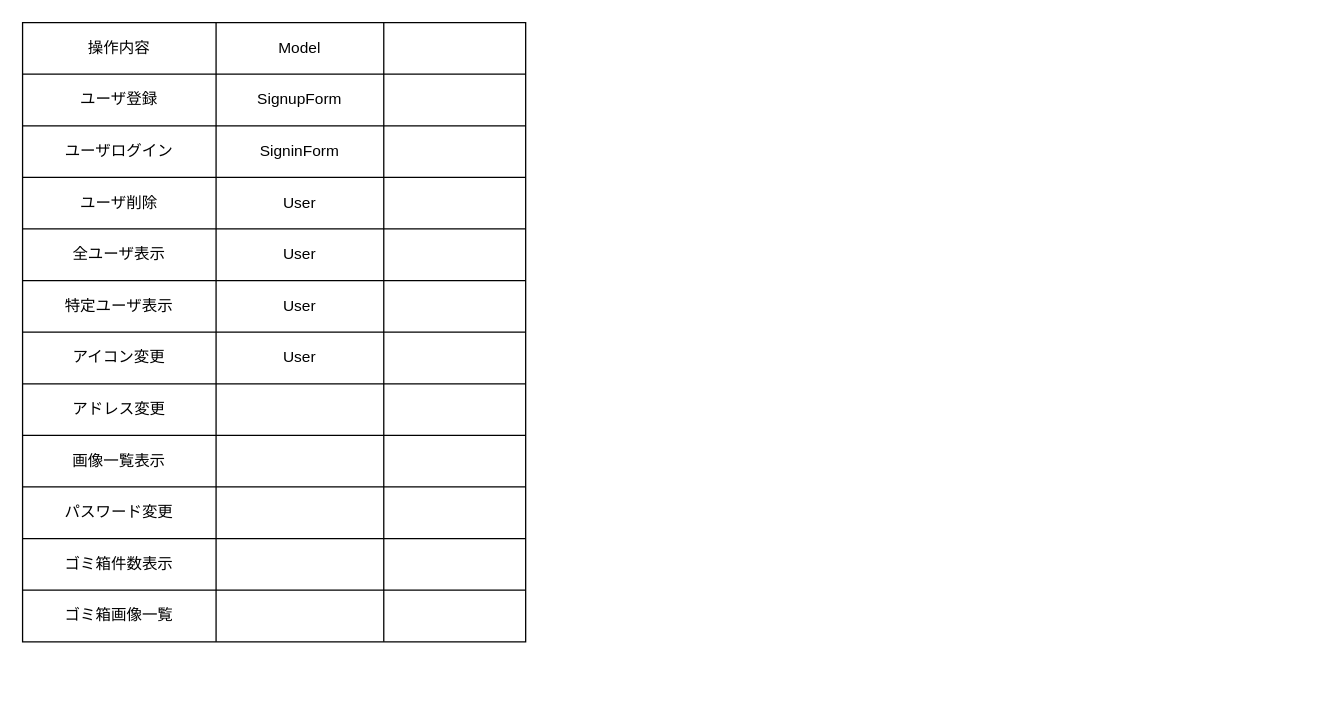
Above: page "Mapper" (2 of 2) of ER.drawio in ODEN-t/imagepot (draw.io), before the change. Source tidied: cells renumbered, new cells numbered last; positions are measured from the earlier drawing's top-left corner, leaving out a move shared by most shapes. Both pictures are drawn from the tidied source at 129%, with x=0, y=0 at pixel (22, 22).
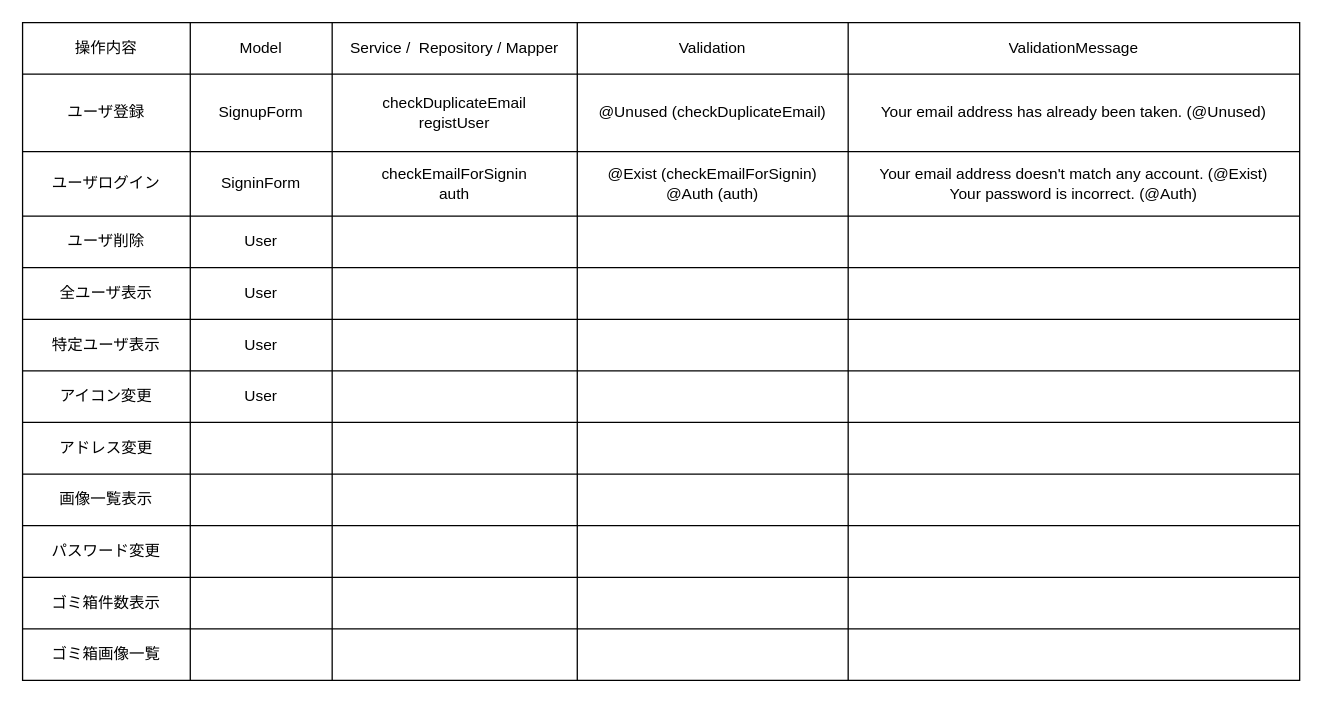
Above is the later version.

The edit, as a diff of the source:
```diff
@@
     <mxCell id="2" style="shape=table;html=1;whiteSpace=wrap;startSize=0;childLayout=tableLayout;" parent="1" vertex="1">
-      <mxGeometry width="390" height="480" as="geometry" />
+      <mxGeometry width="990" height="510" as="geometry" />
     </mxCell>
     <mxCell id="3" style="shape=partialRectangle;html=1;whiteSpace=wrap;fillColor=none;top=0;left=0;bottom=0;right=0;" parent="2" vertex="1">
-      <mxGeometry width="390" height="40" as="geometry" />
+      <mxGeometry width="990" height="40" as="geometry" />
     </mxCell>
     <mxCell id="4" value="操作内容" style="shape=partialRectangle;html=1;whiteSpace=wrap;fillColor=none;top=0;left=0;bottom=0;right=0;overflow=hidden;" parent="3" vertex="1">
-      <mxGeometry width="150" height="40" as="geometry" />
+      <mxGeometry width="130" height="40" as="geometry" />
     </mxCell>
     <mxCell id="5" value="Model" style="shape=partialRectangle;html=1;whiteSpace=wrap;fillColor=none;top=0;left=0;bottom=0;right=0;overflow=hidden;" parent="3" vertex="1">
-      <mxGeometry x="150" width="130" height="40" as="geometry" />
+      <mxGeometry x="130" width="110" height="40" as="geometry" />
     </mxCell>
-    <mxCell id="6" style="shape=partialRectangle;html=1;whiteSpace=wrap;fillColor=none;top=0;left=0;bottom=0;right=0;overflow=hidden;" parent="3" vertex="1">
-      <mxGeometry x="280" width="110" height="40" as="geometry" />
+    <mxCell id="6" value="Service /&amp;nbsp; Repository / Mapper" style="shape=partialRectangle;html=1;whiteSpace=wrap;fillColor=none;top=0;left=0;bottom=0;right=0;overflow=hidden;" parent="3" vertex="1">
+      <mxGeometry x="240" width="190" height="40" as="geometry" />
     </mxCell>
+    <mxCell id="51" value="Validation" style="shape=partialRectangle;html=1;whiteSpace=wrap;fillColor=none;top=0;left=0;bottom=0;right=0;overflow=hidden;" parent="3" vertex="1">
+      <mxGeometry x="430" width="210" height="40" as="geometry" />
+    </mxCell>
+    <mxCell id="52" value="ValidationMessage" style="shape=partialRectangle;html=1;whiteSpace=wrap;fillColor=none;top=0;left=0;bottom=0;right=0;overflow=hidden;" parent="3" vertex="1">
+      <mxGeometry x="640" width="350" height="40" as="geometry" />
+    </mxCell>
     <mxCell id="7" style="shape=partialRectangle;html=1;whiteSpace=wrap;fillColor=none;top=0;left=0;bottom=0;right=0;" parent="2" vertex="1">
-      <mxGeometry y="40" width="390" height="40" as="geometry" />
+      <mxGeometry y="40" width="990" height="60" as="geometry" />
     </mxCell>
     <mxCell id="8" value="ユーザ登録" style="shape=partialRectangle;html=1;whiteSpace=wrap;fillColor=none;top=0;left=0;bottom=0;right=0;overflow=hidden;" parent="7" vertex="1">
-      <mxGeometry width="150" height="40" as="geometry" />
+      <mxGeometry width="130" height="60" as="geometry" />
     </mxCell>
     <mxCell id="9" value="SignupForm" style="shape=partialRectangle;html=1;whiteSpace=wrap;fillColor=none;top=0;left=0;bottom=0;right=0;overflow=hidden;" parent="7" vertex="1">
-      <mxGeometry x="150" width="130" height="40" as="geometry" />
+      <mxGeometry x="130" width="110" height="60" as="geometry" />
     </mxCell>
-    <mxCell id="10" style="shape=partialRectangle;html=1;whiteSpace=wrap;fillColor=none;top=0;left=0;bottom=0;right=0;overflow=hidden;" parent="7" vertex="1">
-      <mxGeometry x="280" width="110" height="40" as="geometry" />
+    <mxCell id="10" value="checkDuplicateEmail&lt;br&gt;registUser" style="shape=partialRectangle;html=1;whiteSpace=wrap;fillColor=none;top=0;left=0;bottom=0;right=0;overflow=hidden;" parent="7" vertex="1">
+      <mxGeometry x="240" width="190" height="60" as="geometry" />
     </mxCell>
+    <mxCell id="53" value="&lt;span&gt;@Unused (checkDuplicateEmail)&lt;/span&gt;" style="shape=partialRectangle;html=1;whiteSpace=wrap;fillColor=none;top=0;left=0;bottom=0;right=0;overflow=hidden;" parent="7" vertex="1">
+      <mxGeometry x="430" width="210" height="60" as="geometry" />
+    </mxCell>
+    <mxCell id="54" value="Your email address has already been taken. (@Unused)" style="shape=partialRectangle;html=1;whiteSpace=wrap;fillColor=none;top=0;left=0;bottom=0;right=0;overflow=hidden;" parent="7" vertex="1">
+      <mxGeometry x="640" width="350" height="60" as="geometry" />
+    </mxCell>
     <mxCell id="11" style="shape=partialRectangle;html=1;whiteSpace=wrap;fillColor=none;top=0;left=0;bottom=0;right=0;" parent="2" vertex="1">
-      <mxGeometry y="80" width="390" height="40" as="geometry" />
+      <mxGeometry y="100" width="990" height="50" as="geometry" />
     </mxCell>
     <mxCell id="12" value="ユーザログイン" style="shape=partialRectangle;html=1;whiteSpace=wrap;fillColor=none;top=0;left=0;bottom=0;right=0;overflow=hidden;" parent="11" vertex="1">
-      <mxGeometry width="150" height="40" as="geometry" />
+      <mxGeometry width="130" height="50" as="geometry" />
     </mxCell>
     <mxCell id="13" value="SigninForm" style="shape=partialRectangle;html=1;whiteSpace=wrap;fillColor=none;top=0;left=0;bottom=0;right=0;overflow=hidden;" parent="11" vertex="1">
-      <mxGeometry x="150" width="130" height="40" as="geometry" />
+      <mxGeometry x="130" width="110" height="50" as="geometry" />
     </mxCell>
-    <mxCell id="14" style="shape=partialRectangle;html=1;whiteSpace=wrap;fillColor=none;top=0;left=0;bottom=0;right=0;overflow=hidden;" parent="11" vertex="1">
-      <mxGeometry x="280" width="110" height="40" as="geometry" />
+    <mxCell id="14" value="checkEmailForSignin&lt;br&gt;auth" style="shape=partialRectangle;html=1;whiteSpace=wrap;fillColor=none;top=0;left=0;bottom=0;right=0;overflow=hidden;" parent="11" vertex="1">
+      <mxGeometry x="240" width="190" height="50" as="geometry" />
     </mxCell>
+    <mxCell id="55" value="@Exist (checkEmailForSignin)&lt;br&gt;@Auth (auth)" style="shape=partialRectangle;html=1;whiteSpace=wrap;fillColor=none;top=0;left=0;bottom=0;right=0;overflow=hidden;" parent="11" vertex="1">
+      <mxGeometry x="430" width="210" height="50" as="geometry" />
+    </mxCell>
+    <mxCell id="56" value="Your email address doesn't match any account. (@Exist)&lt;br&gt;Your password is incorrect. (@Auth)" style="shape=partialRectangle;html=1;whiteSpace=wrap;fillColor=none;top=0;left=0;bottom=0;right=0;overflow=hidden;" parent="11" vertex="1">
+      <mxGeometry x="640" width="350" height="50" as="geometry" />
+    </mxCell>
     <mxCell id="15" style="shape=partialRectangle;html=1;whiteSpace=wrap;fillColor=none;top=0;left=0;bottom=0;right=0;" parent="2" vertex="1">
-      <mxGeometry y="120" width="390" height="40" as="geometry" />
+      <mxGeometry y="150" width="990" height="40" as="geometry" />
     </mxCell>
     <mxCell id="16" value="ユーザ削除" style="shape=partialRectangle;html=1;whiteSpace=wrap;fillColor=none;top=0;left=0;bottom=0;right=0;overflow=hidden;" parent="15" vertex="1">
-      <mxGeometry width="150" height="40" as="geometry" />
+      <mxGeometry width="130" height="40" as="geometry" />
     </mxCell>
     <mxCell id="17" value="User" style="shape=partialRectangle;html=1;whiteSpace=wrap;fillColor=none;top=0;left=0;bottom=0;right=0;overflow=hidden;" parent="15" vertex="1">
-      <mxGeometry x="150" width="130" height="40" as="geometry" />
+      <mxGeometry x="130" width="110" height="40" as="geometry" />
     </mxCell>
     <mxCell id="18" style="shape=partialRectangle;html=1;whiteSpace=wrap;fillColor=none;top=0;left=0;bottom=0;right=0;overflow=hidden;" parent="15" vertex="1">
-      <mxGeometry x="280" width="110" height="40" as="geometry" />
+      <mxGeometry x="240" width="190" height="40" as="geometry" />
     </mxCell>
+    <mxCell id="57" style="shape=partialRectangle;html=1;whiteSpace=wrap;fillColor=none;top=0;left=0;bottom=0;right=0;overflow=hidden;" parent="15" vertex="1">
+      <mxGeometry x="430" width="210" height="40" as="geometry" />
+    </mxCell>
+    <mxCell id="58" style="shape=partialRectangle;html=1;whiteSpace=wrap;fillColor=none;top=0;left=0;bottom=0;right=0;overflow=hidden;" parent="15" vertex="1">
+      <mxGeometry x="640" width="350" height="40" as="geometry" />
+    </mxCell>
     <mxCell id="19" style="shape=partialRectangle;html=1;whiteSpace=wrap;fillColor=none;top=0;left=0;bottom=0;right=0;" parent="2" vertex="1">
-      <mxGeometry y="160" width="390" height="40" as="geometry" />
+      <mxGeometry y="190" width="990" height="40" as="geometry" />
     </mxCell>
     <mxCell id="20" value="&lt;span&gt;全ユーザ表示&lt;/span&gt;" style="shape=partialRectangle;html=1;whiteSpace=wrap;fillColor=none;top=0;left=0;bottom=0;right=0;overflow=hidden;" parent="19" vertex="1">
-      <mxGeometry width="150" height="40" as="geometry" />
+      <mxGeometry width="130" height="40" as="geometry" />
     </mxCell>
     <mxCell id="21" value="User" style="shape=partialRectangle;html=1;whiteSpace=wrap;fillColor=none;top=0;left=0;bottom=0;right=0;overflow=hidden;" parent="19" vertex="1">
-      <mxGeometry x="150" width="130" height="40" as="geometry" />
+      <mxGeometry x="130" width="110" height="40" as="geometry" />
     </mxCell>
     <mxCell id="22" style="shape=partialRectangle;html=1;whiteSpace=wrap;fillColor=none;top=0;left=0;bottom=0;right=0;overflow=hidden;" parent="19" vertex="1">
-      <mxGeometry x="280" width="110" height="40" as="geometry" />
+      <mxGeometry x="240" width="190" height="40" as="geometry" />
     </mxCell>
+    <mxCell id="59" style="shape=partialRectangle;html=1;whiteSpace=wrap;fillColor=none;top=0;left=0;bottom=0;right=0;overflow=hidden;" parent="19" vertex="1">
+      <mxGeometry x="430" width="210" height="40" as="geometry" />
+    </mxCell>
+    <mxCell id="60" style="shape=partialRectangle;html=1;whiteSpace=wrap;fillColor=none;top=0;left=0;bottom=0;right=0;overflow=hidden;" parent="19" vertex="1">
+      <mxGeometry x="640" width="350" height="40" as="geometry" />
+    </mxCell>
     <mxCell id="23" style="shape=partialRectangle;html=1;whiteSpace=wrap;fillColor=none;top=0;left=0;bottom=0;right=0;" parent="2" vertex="1">
-      <mxGeometry y="200" width="390" height="40" as="geometry" />
+      <mxGeometry y="230" width="990" height="40" as="geometry" />
     </mxCell>
     <mxCell id="24" value="特定ユーザ表示" style="shape=partialRectangle;html=1;whiteSpace=wrap;fillColor=none;top=0;left=0;bottom=0;right=0;overflow=hidden;" parent="23" vertex="1">
-      <mxGeometry width="150" height="40" as="geometry" />
+      <mxGeometry width="130" height="40" as="geometry" />
     </mxCell>
     <mxCell id="25" value="User" style="shape=partialRectangle;html=1;whiteSpace=wrap;fillColor=none;top=0;left=0;bottom=0;right=0;overflow=hidden;" parent="23" vertex="1">
-      <mxGeometry x="150" width="130" height="40" as="geometry" />
+      <mxGeometry x="130" width="110" height="40" as="geometry" />
     </mxCell>
     <mxCell id="26" style="shape=partialRectangle;html=1;whiteSpace=wrap;fillColor=none;top=0;left=0;bottom=0;right=0;overflow=hidden;" parent="23" vertex="1">
-      <mxGeometry x="280" width="110" height="40" as="geometry" />
+      <mxGeometry x="240" width="190" height="40" as="geometry" />
     </mxCell>
+    <mxCell id="61" style="shape=partialRectangle;html=1;whiteSpace=wrap;fillColor=none;top=0;left=0;bottom=0;right=0;overflow=hidden;" parent="23" vertex="1">
+      <mxGeometry x="430" width="210" height="40" as="geometry" />
+    </mxCell>
+    <mxCell id="62" style="shape=partialRectangle;html=1;whiteSpace=wrap;fillColor=none;top=0;left=0;bottom=0;right=0;overflow=hidden;" parent="23" vertex="1">
+      <mxGeometry x="640" width="350" height="40" as="geometry" />
+    </mxCell>
     <mxCell id="27" style="shape=partialRectangle;html=1;whiteSpace=wrap;fillColor=none;top=0;left=0;bottom=0;right=0;" parent="2" vertex="1">
-      <mxGeometry y="240" width="390" height="40" as="geometry" />
+      <mxGeometry y="270" width="990" height="40" as="geometry" />
     </mxCell>
     <mxCell id="28" value="アイコン変更" style="shape=partialRectangle;html=1;whiteSpace=wrap;fillColor=none;top=0;left=0;bottom=0;right=0;overflow=hidden;" parent="27" vertex="1">
-      <mxGeometry width="150" height="40" as="geometry" />
+      <mxGeometry width="130" height="40" as="geometry" />
     </mxCell>
     <mxCell id="29" value="User" style="shape=partialRectangle;html=1;whiteSpace=wrap;fillColor=none;top=0;left=0;bottom=0;right=0;overflow=hidden;" parent="27" vertex="1">
-      <mxGeometry x="150" width="130" height="40" as="geometry" />
+      <mxGeometry x="130" width="110" height="40" as="geometry" />
     </mxCell>
     <mxCell id="30" style="shape=partialRectangle;html=1;whiteSpace=wrap;fillColor=none;top=0;left=0;bottom=0;right=0;overflow=hidden;" parent="27" vertex="1">
-      <mxGeometry x="280" width="110" height="40" as="geometry" />
+      <mxGeometry x="240" width="190" height="40" as="geometry" />
     </mxCell>
+    <mxCell id="63" style="shape=partialRectangle;html=1;whiteSpace=wrap;fillColor=none;top=0;left=0;bottom=0;right=0;overflow=hidden;" parent="27" vertex="1">
+      <mxGeometry x="430" width="210" height="40" as="geometry" />
+    </mxCell>
+    <mxCell id="64" style="shape=partialRectangle;html=1;whiteSpace=wrap;fillColor=none;top=0;left=0;bottom=0;right=0;overflow=hidden;" parent="27" vertex="1">
+      <mxGeometry x="640" width="350" height="40" as="geometry" />
+    </mxCell>
     <mxCell id="31" style="shape=partialRectangle;html=1;whiteSpace=wrap;fillColor=none;top=0;left=0;bottom=0;right=0;" parent="2" vertex="1">
-      <mxGeometry y="280" width="390" height="40" as="geometry" />
+      <mxGeometry y="310" width="990" height="40" as="geometry" />
     </mxCell>
     <mxCell id="32" value="アドレス変更" style="shape=partialRectangle;html=1;whiteSpace=wrap;fillColor=none;top=0;left=0;bottom=0;right=0;overflow=hidden;" parent="31" vertex="1">
-      <mxGeometry width="150" height="40" as="geometry" />
+      <mxGeometry width="130" height="40" as="geometry" />
     </mxCell>
     <mxCell id="33" style="shape=partialRectangle;html=1;whiteSpace=wrap;fillColor=none;top=0;left=0;bottom=0;right=0;overflow=hidden;" parent="31" vertex="1">
-      <mxGeometry x="150" width="130" height="40" as="geometry" />
+      <mxGeometry x="130" width="110" height="40" as="geometry" />
     </mxCell>
     <mxCell id="34" style="shape=partialRectangle;html=1;whiteSpace=wrap;fillColor=none;top=0;left=0;bottom=0;right=0;overflow=hidden;" parent="31" vertex="1">
-      <mxGeometry x="280" width="110" height="40" as="geometry" />
+      <mxGeometry x="240" width="190" height="40" as="geometry" />
     </mxCell>
+    <mxCell id="65" style="shape=partialRectangle;html=1;whiteSpace=wrap;fillColor=none;top=0;left=0;bottom=0;right=0;overflow=hidden;" parent="31" vertex="1">
+      <mxGeometry x="430" width="210" height="40" as="geometry" />
+    </mxCell>
+    <mxCell id="66" style="shape=partialRectangle;html=1;whiteSpace=wrap;fillColor=none;top=0;left=0;bottom=0;right=0;overflow=hidden;" parent="31" vertex="1">
+      <mxGeometry x="640" width="350" height="40" as="geometry" />
+    </mxCell>
     <mxCell id="35" style="shape=partialRectangle;html=1;whiteSpace=wrap;fillColor=none;top=0;left=0;bottom=0;right=0;" parent="2" vertex="1">
-      <mxGeometry y="320" width="390" height="40" as="geometry" />
+      <mxGeometry y="350" width="990" height="40" as="geometry" />
     </mxCell>
     <mxCell id="36" value="画像一覧表示" style="shape=partialRectangle;html=1;whiteSpace=wrap;fillColor=none;top=0;left=0;bottom=0;right=0;overflow=hidden;" parent="35" vertex="1">
-      <mxGeometry width="150" height="40" as="geometry" />
+      <mxGeometry width="130" height="40" as="geometry" />
     </mxCell>
     <mxCell id="37" style="shape=partialRectangle;html=1;whiteSpace=wrap;fillColor=none;top=0;left=0;bottom=0;right=0;overflow=hidden;" parent="35" vertex="1">
-      <mxGeometry x="150" width="130" height="40" as="geometry" />
+      <mxGeometry x="130" width="110" height="40" as="geometry" />
     </mxCell>
     <mxCell id="38" style="shape=partialRectangle;html=1;whiteSpace=wrap;fillColor=none;top=0;left=0;bottom=0;right=0;overflow=hidden;" parent="35" vertex="1">
-      <mxGeometry x="280" width="110" height="40" as="geometry" />
+      <mxGeometry x="240" width="190" height="40" as="geometry" />
     </mxCell>
+    <mxCell id="67" style="shape=partialRectangle;html=1;whiteSpace=wrap;fillColor=none;top=0;left=0;bottom=0;right=0;overflow=hidden;" parent="35" vertex="1">
+      <mxGeometry x="430" width="210" height="40" as="geometry" />
+    </mxCell>
+    <mxCell id="68" style="shape=partialRectangle;html=1;whiteSpace=wrap;fillColor=none;top=0;left=0;bottom=0;right=0;overflow=hidden;" parent="35" vertex="1">
+      <mxGeometry x="640" width="350" height="40" as="geometry" />
+    </mxCell>
     <mxCell id="39" style="shape=partialRectangle;html=1;whiteSpace=wrap;fillColor=none;top=0;left=0;bottom=0;right=0;" parent="2" vertex="1">
-      <mxGeometry y="360" width="390" height="40" as="geometry" />
+      <mxGeometry y="390" width="990" height="40" as="geometry" />
     </mxCell>
     <mxCell id="40" value="パスワード変更" style="shape=partialRectangle;html=1;whiteSpace=wrap;fillColor=none;top=0;left=0;bottom=0;right=0;overflow=hidden;" parent="39" vertex="1">
-      <mxGeometry width="150" height="40" as="geometry" />
+      <mxGeometry width="130" height="40" as="geometry" />
     </mxCell>
     <mxCell id="41" style="shape=partialRectangle;html=1;whiteSpace=wrap;fillColor=none;top=0;left=0;bottom=0;right=0;overflow=hidden;" parent="39" vertex="1">
-      <mxGeometry x="150" width="130" height="40" as="geometry" />
+      <mxGeometry x="130" width="110" height="40" as="geometry" />
     </mxCell>
     <mxCell id="42" style="shape=partialRectangle;html=1;whiteSpace=wrap;fillColor=none;top=0;left=0;bottom=0;right=0;overflow=hidden;" parent="39" vertex="1">
-      <mxGeometry x="280" width="110" height="40" as="geometry" />
+      <mxGeometry x="240" width="190" height="40" as="geometry" />
     </mxCell>
+    <mxCell id="69" style="shape=partialRectangle;html=1;whiteSpace=wrap;fillColor=none;top=0;left=0;bottom=0;right=0;overflow=hidden;" parent="39" vertex="1">
+      <mxGeometry x="430" width="210" height="40" as="geometry" />
+    </mxCell>
+    <mxCell id="70" style="shape=partialRectangle;html=1;whiteSpace=wrap;fillColor=none;top=0;left=0;bottom=0;right=0;overflow=hidden;" parent="39" vertex="1">
+      <mxGeometry x="640" width="350" height="40" as="geometry" />
+    </mxCell>
     <mxCell id="43" style="shape=partialRectangle;html=1;whiteSpace=wrap;fillColor=none;top=0;left=0;bottom=0;right=0;" parent="2" vertex="1">
-      <mxGeometry y="400" width="390" height="40" as="geometry" />
+      <mxGeometry y="430" width="990" height="40" as="geometry" />
     </mxCell>
     <mxCell id="44" value="ゴミ箱件数表示" style="shape=partialRectangle;html=1;whiteSpace=wrap;fillColor=none;top=0;left=0;bottom=0;right=0;overflow=hidden;" parent="43" vertex="1">
-      <mxGeometry width="150" height="40" as="geometry" />
+      <mxGeometry width="130" height="40" as="geometry" />
     </mxCell>
     <mxCell id="45" style="shape=partialRectangle;html=1;whiteSpace=wrap;fillColor=none;top=0;left=0;bottom=0;right=0;overflow=hidden;" parent="43" vertex="1">
-      <mxGeometry x="150" width="130" height="40" as="geometry" />
+      <mxGeometry x="130" width="110" height="40" as="geometry" />
     </mxCell>
     <mxCell id="46" style="shape=partialRectangle;html=1;whiteSpace=wrap;fillColor=none;top=0;left=0;bottom=0;right=0;overflow=hidden;" parent="43" vertex="1">
-      <mxGeometry x="280" width="110" height="40" as="geometry" />
+      <mxGeometry x="240" width="190" height="40" as="geometry" />
     </mxCell>
+    <mxCell id="71" style="shape=partialRectangle;html=1;whiteSpace=wrap;fillColor=none;top=0;left=0;bottom=0;right=0;overflow=hidden;" parent="43" vertex="1">
+      <mxGeometry x="430" width="210" height="40" as="geometry" />
+    </mxCell>
+    <mxCell id="72" style="shape=partialRectangle;html=1;whiteSpace=wrap;fillColor=none;top=0;left=0;bottom=0;right=0;overflow=hidden;" parent="43" vertex="1">
+      <mxGeometry x="640" width="350" height="40" as="geometry" />
+    </mxCell>
     <mxCell id="47" style="shape=partialRectangle;html=1;whiteSpace=wrap;fillColor=none;top=0;left=0;bottom=0;right=0;" parent="2" vertex="1">
-      <mxGeometry y="440" width="390" height="40" as="geometry" />
+      <mxGeometry y="470" width="990" height="40" as="geometry" />
     </mxCell>
     <mxCell id="48" value="ゴミ箱画像一覧" style="shape=partialRectangle;html=1;whiteSpace=wrap;fillColor=none;top=0;left=0;bottom=0;right=0;overflow=hidden;" parent="47" vertex="1">
-      <mxGeometry width="150" height="40" as="geometry" />
+      <mxGeometry width="130" height="40" as="geometry" />
     </mxCell>
     <mxCell id="49" style="shape=partialRectangle;html=1;whiteSpace=wrap;fillColor=none;top=0;left=0;bottom=0;right=0;overflow=hidden;" parent="47" vertex="1">
-      <mxGeometry x="150" width="130" height="40" as="geometry" />
+      <mxGeometry x="130" width="110" height="40" as="geometry" />
     </mxCell>
     <mxCell id="50" style="shape=partialRectangle;html=1;whiteSpace=wrap;fillColor=none;top=0;left=0;bottom=0;right=0;overflow=hidden;" parent="47" vertex="1">
-      <mxGeometry x="280" width="110" height="40" as="geometry" />
+      <mxGeometry x="240" width="190" height="40" as="geometry" />
     </mxCell>
+    <mxCell id="73" style="shape=partialRectangle;html=1;whiteSpace=wrap;fillColor=none;top=0;left=0;bottom=0;right=0;overflow=hidden;" parent="47" vertex="1">
+      <mxGeometry x="430" width="210" height="40" as="geometry" />
+    </mxCell>
+    <mxCell id="74" style="shape=partialRectangle;html=1;whiteSpace=wrap;fillColor=none;top=0;left=0;bottom=0;right=0;overflow=hidden;" parent="47" vertex="1">
+      <mxGeometry x="640" width="350" height="40" as="geometry" />
+    </mxCell>
```
